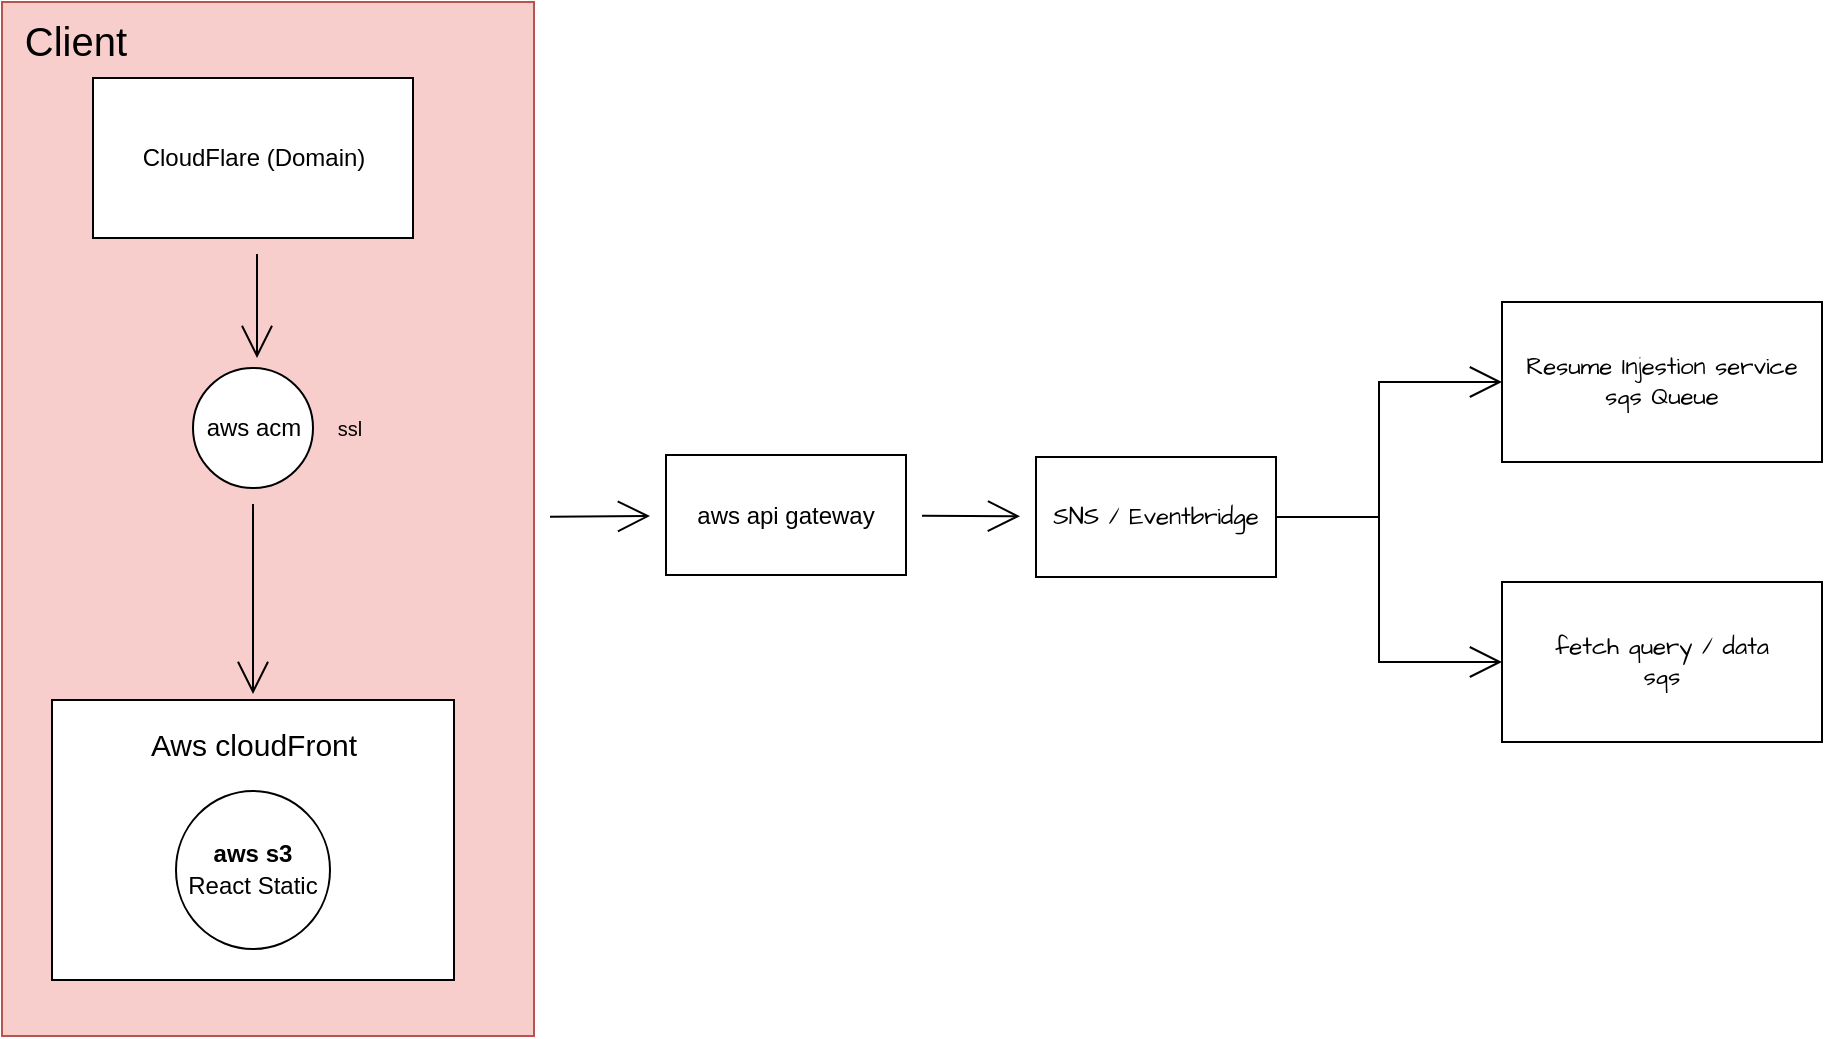
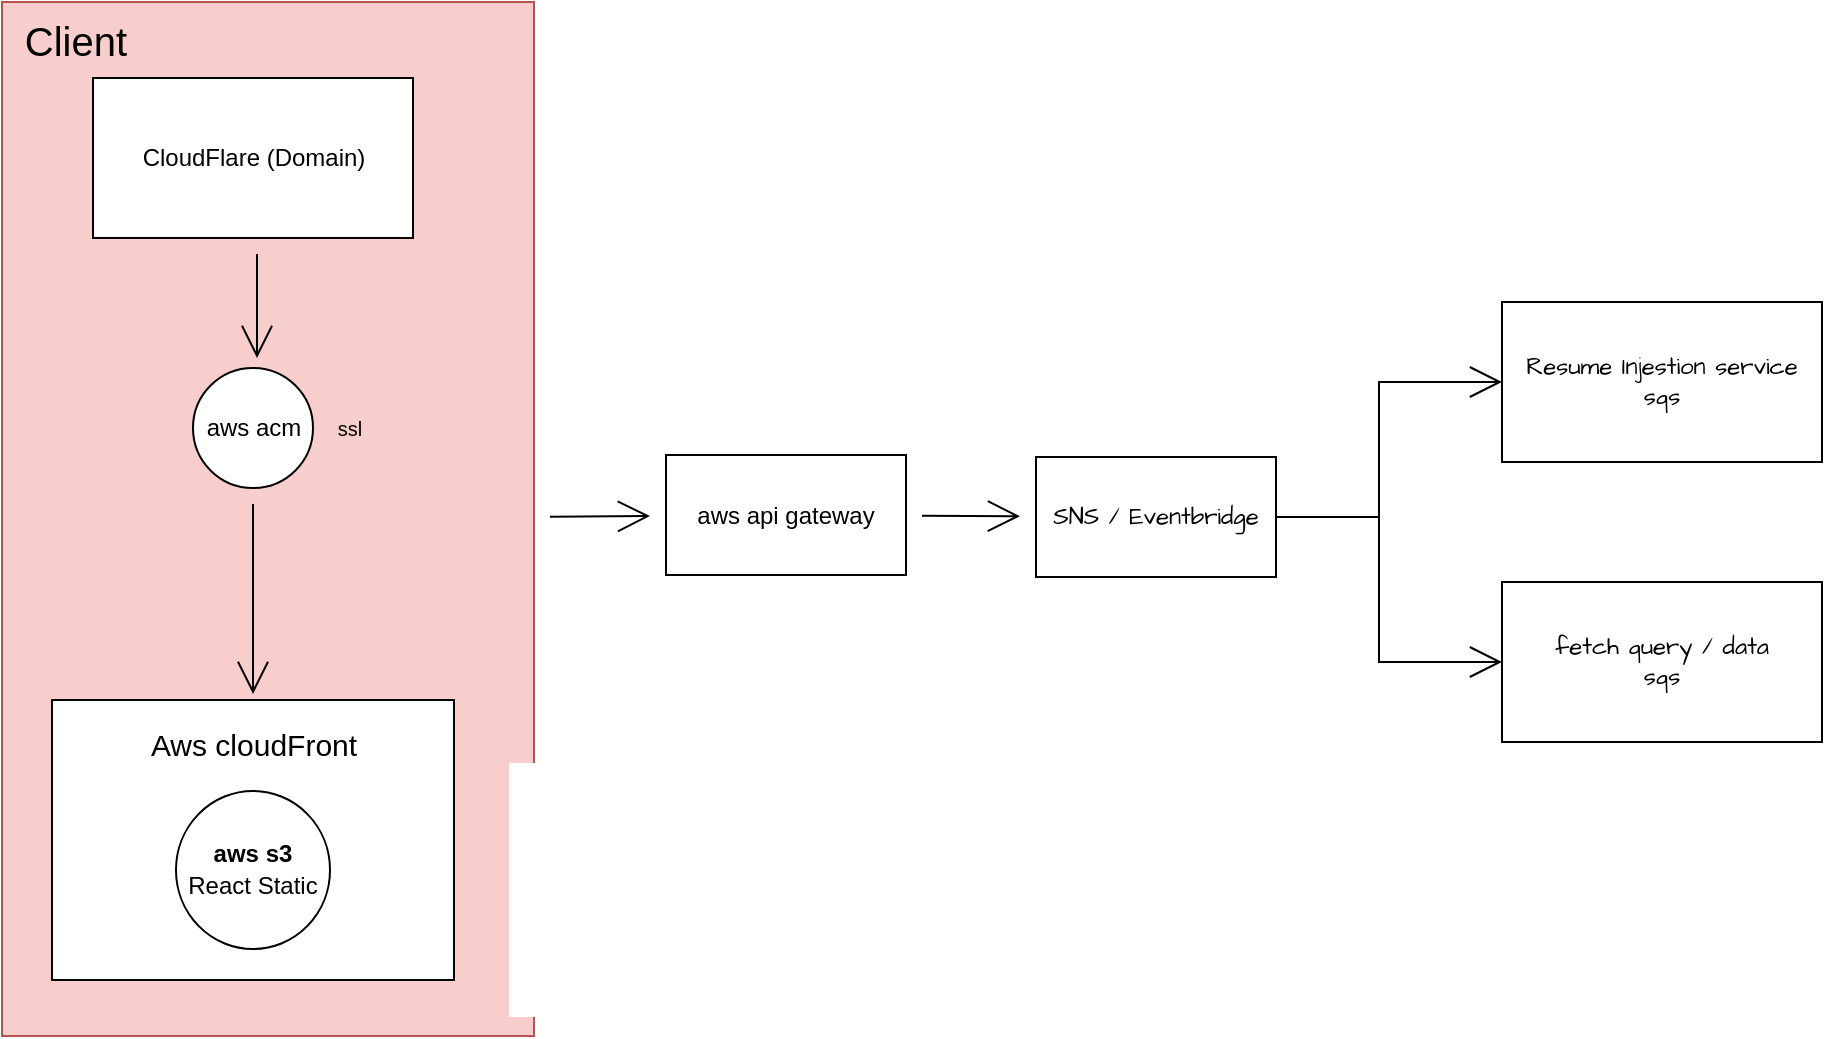
<mxfile host="app.diagrams.net">
  <diagram name="Page-1" id="SOHPCcRNUhLTlrNE90n2">
    <mxGraphModel dx="2960" dy="1394" grid="0" gridSize="10" guides="1" tooltips="1" connect="1" arrows="1" fold="1" page="0" pageScale="1" pageWidth="850" pageHeight="1100" math="0" shadow="0">
      <root>
        <mxCell id="0" />
        <mxCell id="1" parent="0" />
        <mxCell id="rra6tTRvJPethr66ALMW-19" edge="1" parent="1" source="rra6tTRvJPethr66ALMW-16" style="edgeStyle=none;curved=1;rounded=0;orthogonalLoop=1;jettySize=auto;html=1;fontFamily=Architects Daughter;fontSource=https%3A%2F%2Ffonts.googleapis.com%2Fcss%3Ffamily%3DArchitects%2BDaughter;fontSize=16;startSize=14;endArrow=open;endSize=14;sourcePerimeterSpacing=8;targetPerimeterSpacing=8;" target="rra6tTRvJPethr66ALMW-18" value="">
          <mxGeometry relative="1" as="geometry" />
        </mxCell>
        <mxCell id="rra6tTRvJPethr66ALMW-16" parent="1" style="rounded=0;whiteSpace=wrap;html=1;fontFamily=Architects Daughter;fontSource=https%3A%2F%2Ffonts.googleapis.com%2Fcss%3Ffamily%3DArchitects%2BDaughter;fillColor=#f8cecc;strokeColor=#b85450;" value="" vertex="1">
          <mxGeometry height="517" width="266" x="-700" y="-271" as="geometry" />
        </mxCell>
        <mxCell id="rra6tTRvJPethr66ALMW-2" parent="1" style="rounded=0;whiteSpace=wrap;html=1;fontFamily=Architects Daughter;fontSource=https%3A%2F%2Ffonts.googleapis.com%2Fcss%3Ffamily%3DArchitects%2BDaughter;" value="" vertex="1">
          <mxGeometry height="140" width="201" x="-675" y="78" as="geometry" />
        </mxCell>
        <mxCell id="rra6tTRvJPethr66ALMW-1" parent="1" style="ellipse;whiteSpace=wrap;html=1;fontFamily=Architects Daughter;fontSource=https%3A%2F%2Ffonts.googleapis.com%2Fcss%3Ffamily%3DArchitects%2BDaughter;" value="&lt;font face=&quot;Helvetica&quot;&gt;&lt;b&gt;aws s3&lt;/b&gt;&lt;br&gt;React Static&lt;/font&gt;" vertex="1">
          <mxGeometry height="79" width="77" x="-613" y="123.5" as="geometry" />
        </mxCell>
        <mxCell id="rra6tTRvJPethr66ALMW-3" parent="1" style="text;html=1;whiteSpace=wrap;strokeColor=none;fillColor=none;align=center;verticalAlign=middle;rounded=0;fontSize=20;fontFamily=Helvetica;" value="&lt;font style=&quot;font-size: 15px;&quot;&gt;Aws cloudFront&lt;/font&gt;" vertex="1">
          <mxGeometry height="30" width="186" x="-667.5" y="83" as="geometry" />
        </mxCell>
        <mxCell id="rra6tTRvJPethr66ALMW-10" edge="1" parent="1" style="edgeStyle=none;curved=1;rounded=0;orthogonalLoop=1;jettySize=auto;html=1;fontFamily=Architects Daughter;fontSource=https%3A%2F%2Ffonts.googleapis.com%2Fcss%3Ffamily%3DArchitects%2BDaughter;fontSize=16;startSize=14;endArrow=open;endSize=14;sourcePerimeterSpacing=8;targetPerimeterSpacing=8;" value="">
          <mxGeometry relative="1" as="geometry">
            <mxPoint x="-572.5" y="-145" as="sourcePoint" />
            <mxPoint x="-572.5" y="-93" as="targetPoint" />
          </mxGeometry>
        </mxCell>
        <mxCell id="rra6tTRvJPethr66ALMW-5" parent="1" style="rounded=0;whiteSpace=wrap;html=1;fontFamily=Helvetica;" value="CloudFlare (Domain)" vertex="1">
          <mxGeometry height="80" width="160" x="-654.5" y="-233" as="geometry" />
        </mxCell>
        <mxCell id="rra6tTRvJPethr66ALMW-14" edge="1" parent="1" source="rra6tTRvJPethr66ALMW-12" style="edgeStyle=none;curved=1;rounded=0;orthogonalLoop=1;jettySize=auto;html=1;fontFamily=Architects Daughter;fontSource=https%3A%2F%2Ffonts.googleapis.com%2Fcss%3Ffamily%3DArchitects%2BDaughter;fontSize=16;startSize=14;endArrow=open;endSize=14;sourcePerimeterSpacing=8;targetPerimeterSpacing=8;" target="rra6tTRvJPethr66ALMW-3" value="">
          <mxGeometry relative="1" as="geometry" />
        </mxCell>
        <mxCell id="rra6tTRvJPethr66ALMW-12" parent="1" style="ellipse;whiteSpace=wrap;html=1;fontFamily=Architects Daughter;fontSource=https%3A%2F%2Ffonts.googleapis.com%2Fcss%3Ffamily%3DArchitects%2BDaughter;" value="&lt;font face=&quot;Helvetica&quot;&gt;aws acm&lt;/font&gt;" vertex="1">
          <mxGeometry height="60" width="60" x="-604.5" y="-88" as="geometry" />
        </mxCell>
        <mxCell id="rra6tTRvJPethr66ALMW-15" parent="1" style="text;html=1;whiteSpace=wrap;strokeColor=none;fillColor=none;align=center;verticalAlign=middle;rounded=0;fontSize=10;fontFamily=Helvetica;" value="&lt;font&gt;ssl&lt;/font&gt;" vertex="1">
          <mxGeometry height="18" width="32" x="-542" y="-67" as="geometry" />
        </mxCell>
        <mxCell id="rra6tTRvJPethr66ALMW-17" parent="1" style="text;html=1;whiteSpace=wrap;strokeColor=none;fillColor=none;align=center;verticalAlign=middle;rounded=0;fontSize=20;fontFamily=Architects Daughter;fontSource=https%3A%2F%2Ffonts.googleapis.com%2Fcss%3Ffamily%3DArchitects%2BDaughter;" value="&lt;font face=&quot;Helvetica&quot;&gt;Client&lt;/font&gt;" vertex="1">
          <mxGeometry height="30" width="60" x="-693" y="-266" as="geometry" />
        </mxCell>
        <mxCell id="rra6tTRvJPethr66ALMW-27" edge="1" parent="1" source="rra6tTRvJPethr66ALMW-18" style="edgeStyle=none;curved=1;rounded=0;orthogonalLoop=1;jettySize=auto;html=1;fontFamily=Architects Daughter;fontSource=https%3A%2F%2Ffonts.googleapis.com%2Fcss%3Ffamily%3DArchitects%2BDaughter;fontSize=16;startSize=14;endArrow=open;endSize=14;sourcePerimeterSpacing=8;targetPerimeterSpacing=8;" target="rra6tTRvJPethr66ALMW-26" value="">
          <mxGeometry relative="1" as="geometry" />
        </mxCell>
        <mxCell id="rra6tTRvJPethr66ALMW-18" parent="1" style="whiteSpace=wrap;html=1;fontFamily=Architects Daughter;rounded=0;fontSource=https%3A%2F%2Ffonts.googleapis.com%2Fcss%3Ffamily%3DArchitects%2BDaughter;" value="&lt;font face=&quot;Helvetica&quot;&gt;aws api gateway&lt;/font&gt;" vertex="1">
          <mxGeometry height="60" width="120" x="-368" y="-44.5" as="geometry" />
        </mxCell>
-         <mxCell id="rra6tTRvJPethr66ALMW-20" parent="1" style="rounded=0;whiteSpace=wrap;html=1;fontFamily=Architects Daughter;fontSource=https%3A%2F%2Ffonts.googleapis.com%2Fcss%3Ffamily%3DArchitects%2BDaughter;" value="Resume Injestion service&lt;br&gt;sqs Queue" vertex="1">
+         <mxCell id="rra6tTRvJPethr66ALMW-20" parent="1" style="rounded=0;whiteSpace=wrap;html=1;fontFamily=Architects Daughter;fontSource=https%3A%2F%2Ffonts.googleapis.com%2Fcss%3Ffamily%3DArchitects%2BDaughter;" value="Resume Injestion service&lt;br&gt;sqs" vertex="1">
          <mxGeometry height="80" width="160" x="50" y="-121" as="geometry" />
        </mxCell>
        <mxCell id="rra6tTRvJPethr66ALMW-22" parent="1" style="rounded=0;whiteSpace=wrap;html=1;fontFamily=Architects Daughter;fontSource=https%3A%2F%2Ffonts.googleapis.com%2Fcss%3Ffamily%3DArchitects%2BDaughter;" value="fetch query / data&lt;br&gt;sqs" vertex="1">
          <mxGeometry height="80" width="160" x="50" y="19" as="geometry" />
        </mxCell>
        <mxCell id="rra6tTRvJPethr66ALMW-28" edge="1" parent="1" source="rra6tTRvJPethr66ALMW-26" style="edgeStyle=orthogonalEdgeStyle;rounded=0;orthogonalLoop=1;jettySize=auto;html=1;fontFamily=Architects Daughter;fontSource=https%3A%2F%2Ffonts.googleapis.com%2Fcss%3Ffamily%3DArchitects%2BDaughter;fontSize=16;startSize=14;endArrow=open;endSize=14;sourcePerimeterSpacing=8;targetPerimeterSpacing=8;entryX=0;entryY=0.5;entryDx=0;entryDy=0;" target="rra6tTRvJPethr66ALMW-20" value="">
          <mxGeometry relative="1" as="geometry" />
        </mxCell>
        <mxCell id="rra6tTRvJPethr66ALMW-30" edge="1" parent="1" source="rra6tTRvJPethr66ALMW-26" style="edgeStyle=orthogonalEdgeStyle;rounded=0;orthogonalLoop=1;jettySize=auto;html=1;exitX=1;exitY=0.5;exitDx=0;exitDy=0;entryX=0;entryY=0.5;entryDx=0;entryDy=0;fontFamily=Architects Daughter;fontSource=https%3A%2F%2Ffonts.googleapis.com%2Fcss%3Ffamily%3DArchitects%2BDaughter;fontSize=16;startSize=14;endArrow=open;endSize=14;sourcePerimeterSpacing=8;targetPerimeterSpacing=8;" target="rra6tTRvJPethr66ALMW-22">
          <mxGeometry relative="1" as="geometry" />
        </mxCell>
        <mxCell id="rra6tTRvJPethr66ALMW-26" parent="1" style="whiteSpace=wrap;html=1;fontFamily=Architects Daughter;rounded=0;fontSource=https%3A%2F%2Ffonts.googleapis.com%2Fcss%3Ffamily%3DArchitects%2BDaughter;" value="SNS / Eventbridge" vertex="1">
          <mxGeometry height="60" width="120" x="-183" y="-43.5" as="geometry" />
        </mxCell>
      </root>
    </mxGraphModel>
  </diagram>
</mxfile>
